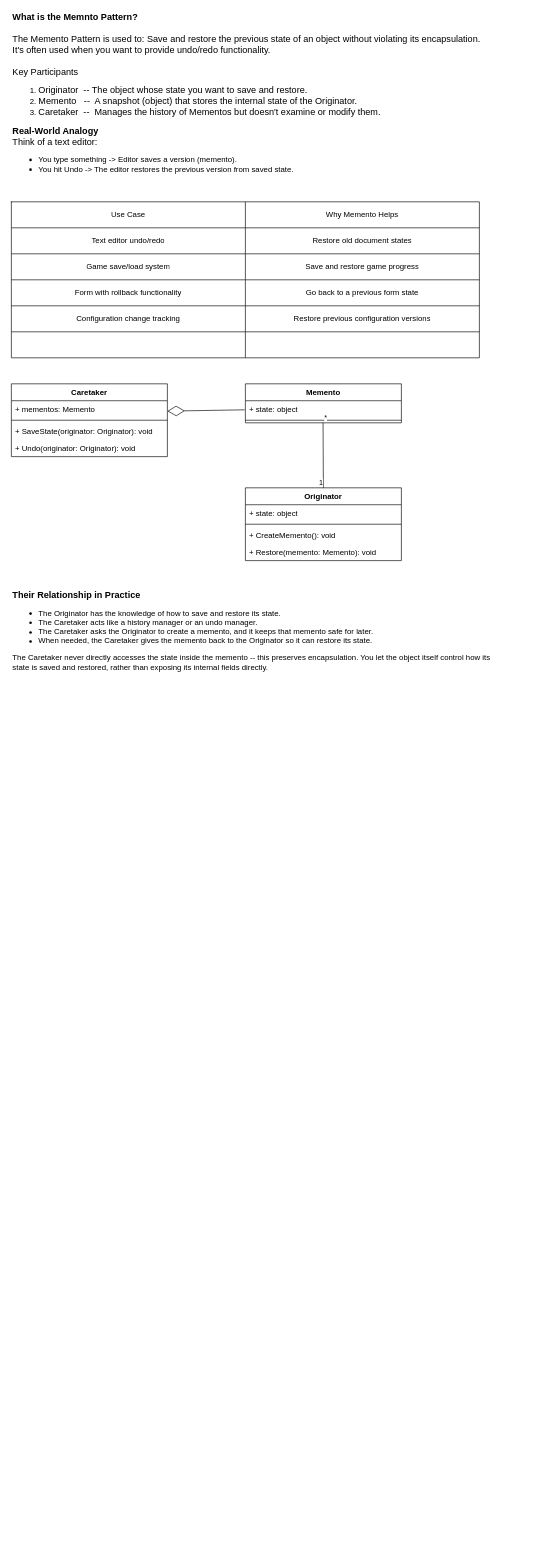
Earlier version of the draw.io diagram Memento_DesignPattern.drawio (tyk1hc/drawio). Source tidied: cells renumbered, new cells numbered last; positions are measured from the earlier drawing's top-left corner, leaving out a move shared by most shapes. Both pictures are drawn from the tidied source at 65%, with x=0, y=0 at pixel (11, 26).
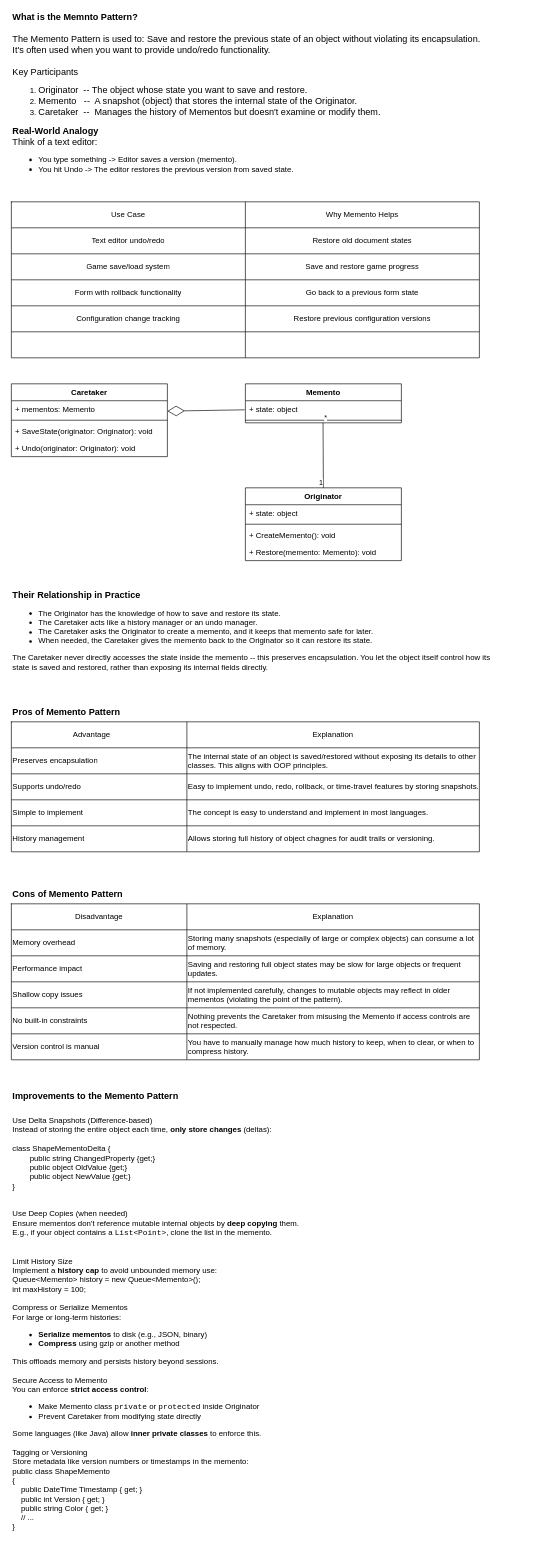
After the change.

What changed in the source:
```diff
@@
+    <mxCell id="40" value="&lt;font style=&quot;font-size: 14px;&quot;&gt;&lt;b&gt;Pros of Memento Pattern&lt;/b&gt;&lt;/font&gt;" style="text;html=1;align=left;verticalAlign=middle;whiteSpace=wrap;rounded=0;" parent="1" vertex="1">
+      <mxGeometry y="1040" width="400" height="30" as="geometry" />
+    </mxCell>
+    <mxCell id="41" style="shape=table;startSize=0;childLayout=tableLayout;align=left;" parent="1" vertex="1">
+      <mxGeometry y="1070" width="720" height="200" as="geometry" />
+    </mxCell>
+    <mxCell id="42" style="shape=tableRow;horizontal=0;startSize=0;swimlaneHead=0;swimlaneBody=0;strokeColor=inherit;top=0;left=0;bottom=0;right=0;fillColor=none;" parent="41" vertex="1">
+      <mxGeometry width="720" height="40" as="geometry" />
+    </mxCell>
+    <mxCell id="43" value="Advantage&lt;span style=&quot;white-space: pre;&quot;&gt;&#9;&lt;/span&gt;" style="shape=partialRectangle;html=1;whiteSpace=wrap;strokeColor=inherit;overflow=hidden;fillColor=none;top=0;left=0;bottom=0;right=0;" parent="42" vertex="1">
+      <mxGeometry width="270" height="40" as="geometry" />
+    </mxCell>
+    <mxCell id="44" value="Explanation" style="shape=partialRectangle;html=1;whiteSpace=wrap;strokeColor=inherit;overflow=hidden;fillColor=none;top=0;left=0;bottom=0;right=0;" parent="42" vertex="1">
+      <mxGeometry x="270" width="450" height="40" as="geometry" />
+    </mxCell>
+    <mxCell id="45" style="shape=tableRow;horizontal=0;startSize=0;swimlaneHead=0;swimlaneBody=0;strokeColor=inherit;top=0;left=0;bottom=0;right=0;fillColor=none;" parent="41" vertex="1">
+      <mxGeometry y="40" width="720" height="40" as="geometry" />
+    </mxCell>
+    <mxCell id="46" value="Preserves encapsulation" style="shape=partialRectangle;html=1;whiteSpace=wrap;strokeColor=inherit;overflow=hidden;fillColor=none;top=0;left=0;bottom=0;right=0;align=left;" parent="45" vertex="1">
+      <mxGeometry width="270" height="40" as="geometry" />
+    </mxCell>
+    <mxCell id="47" value="The internal state of an object is saved/restored without exposing its details to other classes. This aligns with OOP principles." style="shape=partialRectangle;html=1;whiteSpace=wrap;strokeColor=inherit;overflow=hidden;fillColor=none;top=0;left=0;bottom=0;right=0;align=left;" parent="45" vertex="1">
+      <mxGeometry x="270" width="450" height="40" as="geometry" />
+    </mxCell>
+    <mxCell id="48" style="shape=tableRow;horizontal=0;startSize=0;swimlaneHead=0;swimlaneBody=0;strokeColor=inherit;top=0;left=0;bottom=0;right=0;fillColor=none;" parent="41" vertex="1">
+      <mxGeometry y="80" width="720" height="40" as="geometry" />
+    </mxCell>
+    <mxCell id="49" value="Supports undo/redo&lt;span style=&quot;white-space: pre;&quot;&gt;&#9;&lt;/span&gt;" style="shape=partialRectangle;html=1;whiteSpace=wrap;strokeColor=inherit;overflow=hidden;fillColor=none;top=0;left=0;bottom=0;right=0;align=left;" parent="48" vertex="1">
+      <mxGeometry width="270" height="40" as="geometry" />
+    </mxCell>
+    <mxCell id="50" value="Easy to implement undo, redo, rollback, or time-travel features by storing snapshots." style="shape=partialRectangle;html=1;whiteSpace=wrap;strokeColor=inherit;overflow=hidden;fillColor=none;top=0;left=0;bottom=0;right=0;align=left;" parent="48" vertex="1">
+      <mxGeometry x="270" width="450" height="40" as="geometry" />
+    </mxCell>
+    <mxCell id="51" style="shape=tableRow;horizontal=0;startSize=0;swimlaneHead=0;swimlaneBody=0;strokeColor=inherit;top=0;left=0;bottom=0;right=0;fillColor=none;" parent="41" vertex="1">
+      <mxGeometry y="120" width="720" height="40" as="geometry" />
+    </mxCell>
+    <mxCell id="52" value="Simple to implement" style="shape=partialRectangle;html=1;whiteSpace=wrap;strokeColor=inherit;overflow=hidden;fillColor=none;top=0;left=0;bottom=0;right=0;align=left;" parent="51" vertex="1">
+      <mxGeometry width="270" height="40" as="geometry" />
+    </mxCell>
+    <mxCell id="53" value="The concept is easy to understand and implement in most languages." style="shape=partialRectangle;html=1;whiteSpace=wrap;strokeColor=inherit;overflow=hidden;fillColor=none;top=0;left=0;bottom=0;right=0;align=left;" parent="51" vertex="1">
+      <mxGeometry x="270" width="450" height="40" as="geometry" />
+    </mxCell>
+    <mxCell id="54" style="shape=tableRow;horizontal=0;startSize=0;swimlaneHead=0;swimlaneBody=0;strokeColor=inherit;top=0;left=0;bottom=0;right=0;fillColor=none;" parent="41" vertex="1">
+      <mxGeometry y="160" width="720" height="40" as="geometry" />
+    </mxCell>
+    <mxCell id="55" value="History management" style="shape=partialRectangle;html=1;whiteSpace=wrap;strokeColor=inherit;overflow=hidden;fillColor=none;top=0;left=0;bottom=0;right=0;align=left;" parent="54" vertex="1">
+      <mxGeometry width="270" height="40" as="geometry" />
+    </mxCell>
+    <mxCell id="56" value="Allows storing full history of object chagnes for audit trails or versioning." style="shape=partialRectangle;html=1;whiteSpace=wrap;strokeColor=inherit;overflow=hidden;fillColor=none;top=0;left=0;bottom=0;right=0;align=left;" parent="54" vertex="1">
+      <mxGeometry x="270" width="450" height="40" as="geometry" />
+    </mxCell>
+    <mxCell id="57" value="&lt;b&gt;&lt;font style=&quot;font-size: 14px;&quot;&gt;Cons of Memento Pattern&lt;/font&gt;&lt;/b&gt;" style="text;html=1;align=left;verticalAlign=middle;whiteSpace=wrap;rounded=0;" parent="1" vertex="1">
+      <mxGeometry y="1320" width="400" height="30" as="geometry" />
+    </mxCell>
+    <mxCell id="58" style="shape=table;startSize=0;childLayout=tableLayout;" parent="1" vertex="1">
+      <mxGeometry y="1350" width="720" height="240" as="geometry" />
+    </mxCell>
+    <mxCell id="59" style="shape=tableRow;horizontal=0;startSize=0;swimlaneHead=0;swimlaneBody=0;strokeColor=inherit;top=0;left=0;bottom=0;right=0;fillColor=none;" parent="58" vertex="1">
+      <mxGeometry width="720" height="40" as="geometry" />
+    </mxCell>
+    <mxCell id="60" value="Disadvantage" style="shape=partialRectangle;html=1;whiteSpace=wrap;strokeColor=inherit;overflow=hidden;fillColor=none;top=0;left=0;bottom=0;right=0;" parent="59" vertex="1">
+      <mxGeometry width="270" height="40" as="geometry" />
+    </mxCell>
+    <mxCell id="61" value="Explanation" style="shape=partialRectangle;html=1;whiteSpace=wrap;strokeColor=inherit;overflow=hidden;fillColor=none;top=0;left=0;bottom=0;right=0;" parent="59" vertex="1">
+      <mxGeometry x="270" width="450" height="40" as="geometry" />
+    </mxCell>
+    <mxCell id="62" style="shape=tableRow;horizontal=0;startSize=0;swimlaneHead=0;swimlaneBody=0;strokeColor=inherit;top=0;left=0;bottom=0;right=0;fillColor=none;" parent="58" vertex="1">
+      <mxGeometry y="40" width="720" height="40" as="geometry" />
+    </mxCell>
+    <mxCell id="63" value="&lt;div align=&quot;left&quot;&gt;Memory overhead&lt;/div&gt;" style="shape=partialRectangle;html=1;whiteSpace=wrap;strokeColor=inherit;overflow=hidden;fillColor=none;top=0;left=0;bottom=0;right=0;align=left;" parent="62" vertex="1">
+      <mxGeometry width="270" height="40" as="geometry" />
+    </mxCell>
+    <mxCell id="64" value="Storing many snapshots (especially of large or complex objects) can consume a lot of memory." style="shape=partialRectangle;html=1;whiteSpace=wrap;strokeColor=inherit;overflow=hidden;fillColor=none;top=0;left=0;bottom=0;right=0;align=left;" parent="62" vertex="1">
+      <mxGeometry x="270" width="450" height="40" as="geometry" />
+    </mxCell>
+    <mxCell id="65" style="shape=tableRow;horizontal=0;startSize=0;swimlaneHead=0;swimlaneBody=0;strokeColor=inherit;top=0;left=0;bottom=0;right=0;fillColor=none;" parent="58" vertex="1">
+      <mxGeometry y="80" width="720" height="40" as="geometry" />
+    </mxCell>
+    <mxCell id="66" value="Performance impact" style="shape=partialRectangle;html=1;whiteSpace=wrap;strokeColor=inherit;overflow=hidden;fillColor=none;top=0;left=0;bottom=0;right=0;align=left;" parent="65" vertex="1">
+      <mxGeometry width="270" height="40" as="geometry" />
+    </mxCell>
+    <mxCell id="67" value="Saving and restoring full object states may be slow for large objects or frequent updates." style="shape=partialRectangle;html=1;whiteSpace=wrap;strokeColor=inherit;overflow=hidden;fillColor=none;top=0;left=0;bottom=0;right=0;align=left;" parent="65" vertex="1">
+      <mxGeometry x="270" width="450" height="40" as="geometry" />
+    </mxCell>
+    <mxCell id="68" style="shape=tableRow;horizontal=0;startSize=0;swimlaneHead=0;swimlaneBody=0;strokeColor=inherit;top=0;left=0;bottom=0;right=0;fillColor=none;align=left;" parent="58" vertex="1">
+      <mxGeometry y="120" width="720" height="40" as="geometry" />
+    </mxCell>
+    <mxCell id="69" value="Shallow copy issues" style="shape=partialRectangle;html=1;whiteSpace=wrap;strokeColor=inherit;overflow=hidden;fillColor=none;top=0;left=0;bottom=0;right=0;align=left;" parent="68" vertex="1">
+      <mxGeometry width="270" height="40" as="geometry" />
+    </mxCell>
+    <mxCell id="70" value="If not implemented carefully, changes to mutable objects may reflect in older mementos (violating the point of the pattern)." style="shape=partialRectangle;html=1;whiteSpace=wrap;strokeColor=inherit;overflow=hidden;fillColor=none;top=0;left=0;bottom=0;right=0;align=left;" parent="68" vertex="1">
+      <mxGeometry x="270" width="450" height="40" as="geometry" />
+    </mxCell>
+    <mxCell id="71" style="shape=tableRow;horizontal=0;startSize=0;swimlaneHead=0;swimlaneBody=0;strokeColor=inherit;top=0;left=0;bottom=0;right=0;fillColor=none;" parent="58" vertex="1">
+      <mxGeometry y="160" width="720" height="40" as="geometry" />
+    </mxCell>
+    <mxCell id="72" value="No built-in constraints" style="shape=partialRectangle;html=1;whiteSpace=wrap;strokeColor=inherit;overflow=hidden;fillColor=none;top=0;left=0;bottom=0;right=0;align=left;" parent="71" vertex="1">
+      <mxGeometry width="270" height="40" as="geometry" />
+    </mxCell>
+    <mxCell id="73" value="Nothing prevents the Caretaker from misusing the Memento if access controls are not respected." style="shape=partialRectangle;html=1;whiteSpace=wrap;strokeColor=inherit;overflow=hidden;fillColor=none;top=0;left=0;bottom=0;right=0;align=left;" parent="71" vertex="1">
+      <mxGeometry x="270" width="450" height="40" as="geometry" />
+    </mxCell>
+    <mxCell id="74" style="shape=tableRow;horizontal=0;startSize=0;swimlaneHead=0;swimlaneBody=0;strokeColor=inherit;top=0;left=0;bottom=0;right=0;fillColor=none;" parent="58" vertex="1">
+      <mxGeometry y="200" width="720" height="40" as="geometry" />
+    </mxCell>
+    <mxCell id="75" value="Version control is manual" style="shape=partialRectangle;html=1;whiteSpace=wrap;strokeColor=inherit;overflow=hidden;fillColor=none;top=0;left=0;bottom=0;right=0;align=left;" parent="74" vertex="1">
+      <mxGeometry width="270" height="40" as="geometry" />
+    </mxCell>
+    <mxCell id="76" value="You have to manually manage how much history to keep, when to clear, or when to compress history." style="shape=partialRectangle;html=1;whiteSpace=wrap;strokeColor=inherit;overflow=hidden;fillColor=none;top=0;left=0;bottom=0;right=0;align=left;" parent="74" vertex="1">
+      <mxGeometry x="270" width="450" height="40" as="geometry" />
+    </mxCell>
+    <mxCell id="77" value="&lt;font style=&quot;font-size: 14px;&quot;&gt;Improvements to the Memento Pattern&lt;/font&gt;" style="text;whiteSpace=wrap;html=1;fontStyle=1;" parent="1" vertex="1">
+      <mxGeometry y="1630" width="290" height="40" as="geometry" />
+    </mxCell>
+    <mxCell id="78" value="&lt;div&gt;Use Delta Snapshots (Difference-based)&lt;/div&gt;&lt;div&gt;Instead of storing the entire object each time, &lt;strong&gt;only store changes&lt;/strong&gt; (deltas):&lt;/div&gt;&lt;div&gt;&lt;br&gt;&lt;/div&gt;&lt;div&gt;class ShapeMementoDelta {&lt;/div&gt;&lt;div&gt;&lt;span style=&quot;white-space: pre;&quot;&gt;&#9;&lt;/span&gt;public string ChangedProperty {get;}&lt;/div&gt;&lt;div&gt;&lt;span style=&quot;white-space: pre;&quot;&gt;&#9;&lt;/span&gt;public object OldValue {get;}&lt;/div&gt;&lt;div&gt;&lt;span style=&quot;white-space: pre;&quot;&gt;&#9;&lt;/span&gt;public object NewValue {get;}&lt;br&gt;&lt;/div&gt;&lt;div&gt;}&lt;br&gt;&lt;/div&gt;" style="text;whiteSpace=wrap;html=1;" parent="1" vertex="1">
+      <mxGeometry y="1670" width="460" height="40" as="geometry" />
+    </mxCell>
+    <mxCell id="79" value="&lt;div&gt;Use Deep Copies (when needed)&lt;/div&gt;&lt;div&gt;Ensure mementos don’t reference mutable internal objects by &lt;strong&gt;deep copying&lt;/strong&gt; them.&lt;/div&gt;&lt;div&gt;E.g., if your object contains a &lt;code&gt;List&amp;lt;Point&amp;gt;&lt;/code&gt;, clone the list in the memento.&lt;/div&gt;&lt;div&gt;&lt;br&gt;&lt;/div&gt;&lt;div&gt;&lt;br&gt;&lt;/div&gt;&lt;div&gt;Limit History Size&lt;/div&gt;&lt;div&gt;Implement a &lt;strong&gt;history cap&lt;/strong&gt; to avoid unbounded memory use:&lt;/div&gt;&lt;div&gt;Queue&amp;lt;Memento&amp;gt; history = new Queue&amp;lt;Memento&amp;gt;();&lt;br&gt;int maxHistory = 100;&lt;/div&gt;&lt;div&gt;&lt;br&gt;&lt;/div&gt;&lt;div&gt;Compress or Serialize Mementos&lt;/div&gt;&lt;div&gt;For large or long-term histories:&lt;/div&gt;&lt;div&gt;&lt;ul&gt;&lt;li&gt;&lt;strong&gt;Serialize mementos&lt;/strong&gt; to disk (e.g., JSON, binary)&lt;/li&gt;&lt;li&gt;&lt;strong&gt;Compress&lt;/strong&gt; using gzip or another method&lt;/li&gt;&lt;/ul&gt;&lt;div&gt;This offloads memory and persists history beyond sessions.&lt;/div&gt;&lt;div&gt;&lt;br&gt;&lt;/div&gt;&lt;div&gt;Secure Access to Memento&lt;/div&gt;&lt;div&gt;You can enforce &lt;strong&gt;strict access control&lt;/strong&gt;:&lt;/div&gt;&lt;div&gt;&lt;ul&gt;&lt;li&gt;Make Memento class &lt;code&gt;private&lt;/code&gt; or &lt;code&gt;protected&lt;/code&gt; inside Originator&lt;/li&gt;&lt;li&gt;Prevent Caretaker from modifying state directly&lt;/li&gt;&lt;/ul&gt;&lt;div&gt;Some languages (like Java) allow &lt;strong&gt;inner private classes&lt;/strong&gt; to enforce this.&lt;/div&gt;&lt;div&gt;&lt;br&gt;&lt;/div&gt;&lt;div&gt;Tagging or Versioning&lt;/div&gt;&lt;div&gt;Store metadata like version numbers or timestamps in the memento:&lt;/div&gt;&lt;div&gt;public class ShapeMemento&lt;br&gt;{&lt;br&gt;&amp;nbsp;&amp;nbsp;&amp;nbsp; public DateTime Timestamp { get; }&lt;br&gt;&amp;nbsp;&amp;nbsp;&amp;nbsp; public int Version { get; }&lt;br&gt;&amp;nbsp;&amp;nbsp;&amp;nbsp; public string Color { get; }&lt;br&gt;&amp;nbsp;&amp;nbsp;&amp;nbsp; // ...&lt;br&gt;}&lt;br&gt;&lt;br&gt;&lt;/div&gt;&lt;/div&gt;&lt;/div&gt;" style="text;html=1;align=left;verticalAlign=middle;whiteSpace=wrap;rounded=0;" parent="1" vertex="1">
+      <mxGeometry y="1820" width="720" height="510" as="geometry" />
+    </mxCell>
```
